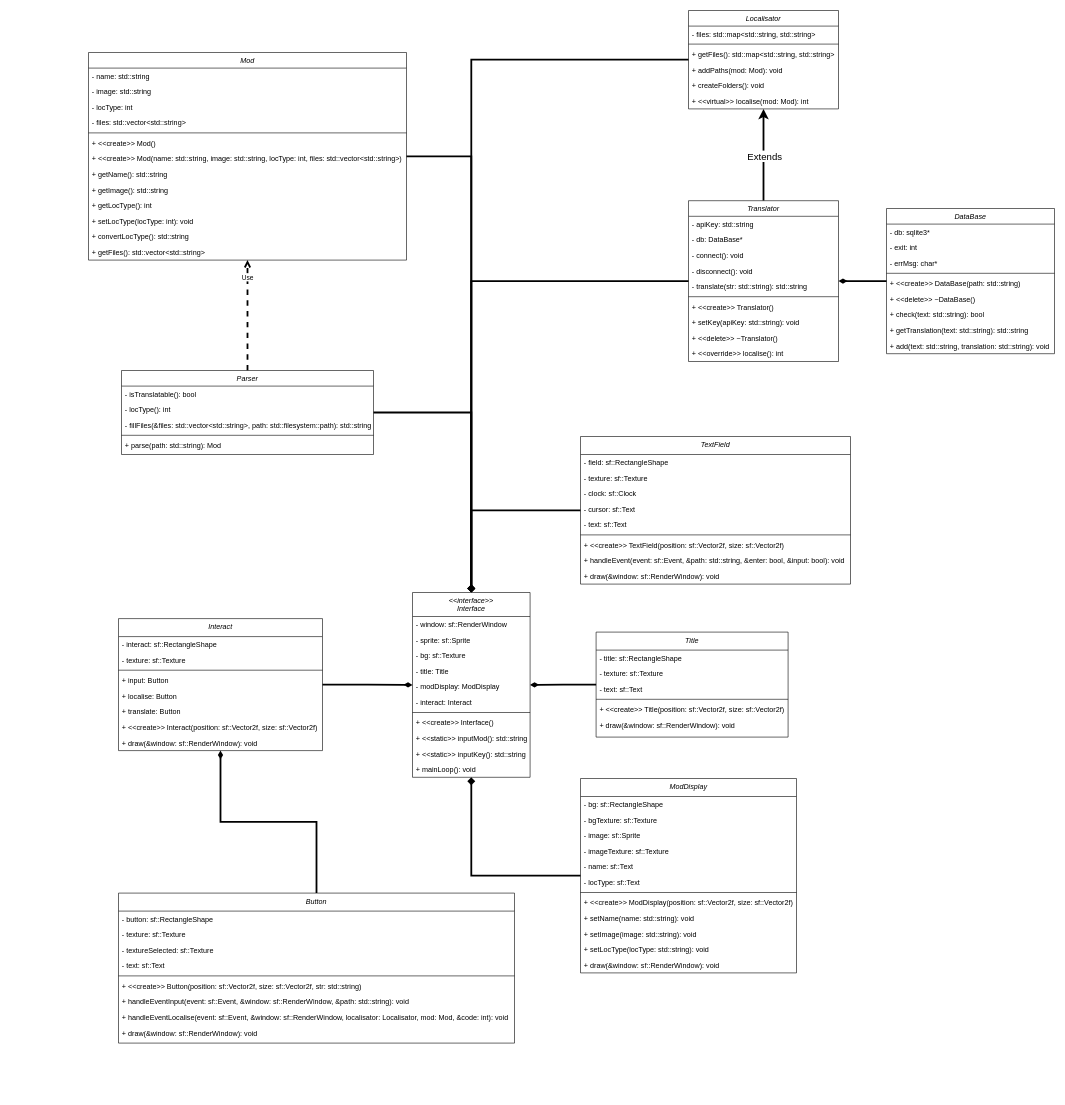
trpo2023/cw-ip-215_stellaris-mods-translator keeps this draw.io diagram as StellarisMT.drawio. Above is the earlier version. Source tidied: cells renumbered, new cells numbered last; positions are measured from the earlier drawing's top-left corner, leaving out a move shared by most shapes. Both pictures are drawn from the tidied source at 60%, with x=0, y=0 at pixel (88, 10).
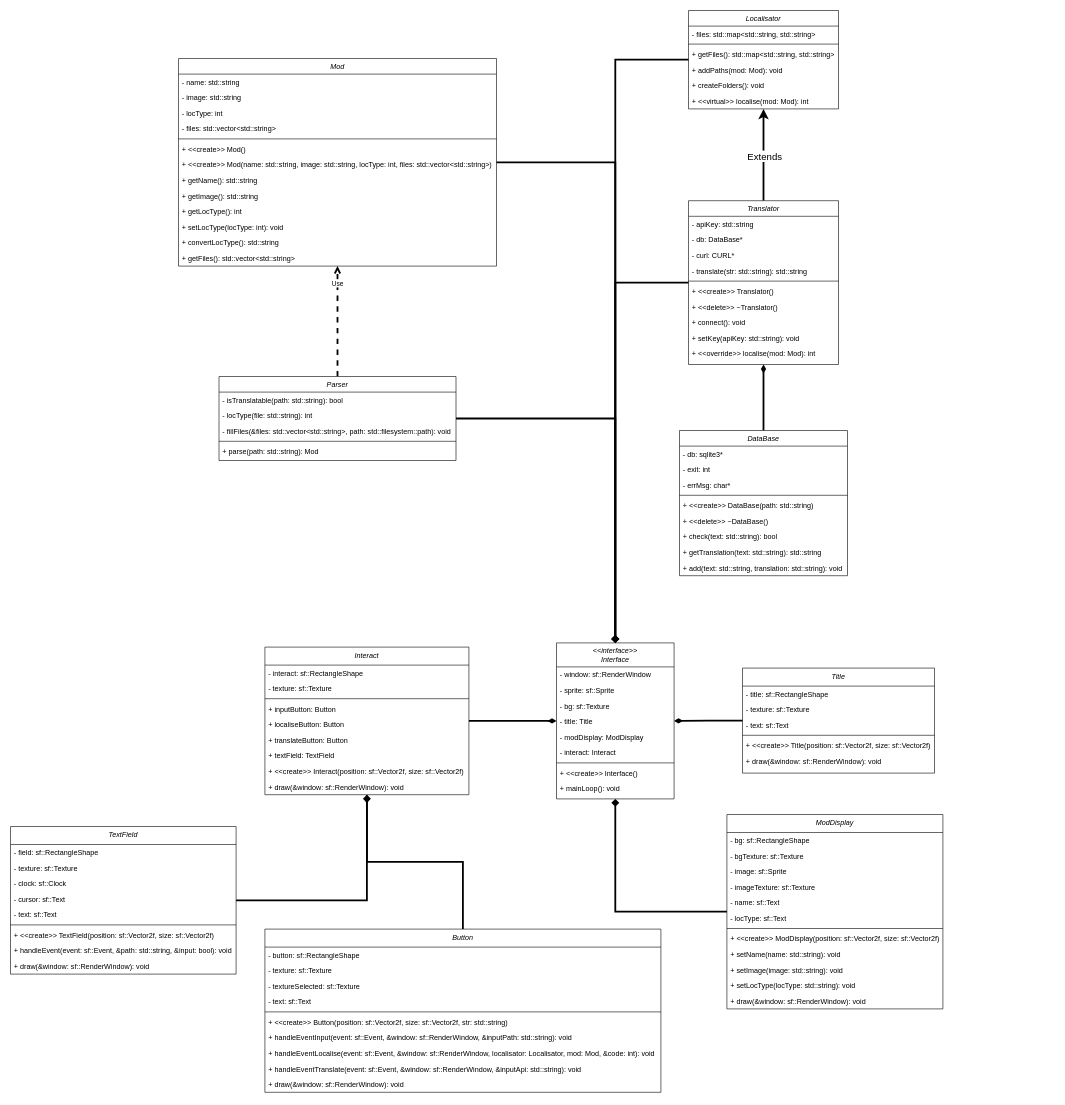
After the change.

What changed in the source:
```diff
@@
     <mxCell id="3" value="Mod" style="swimlane;fontStyle=2;align=center;verticalAlign=top;horizontal=1;startSize=26;rounded=0;shadow=0;strokeWidth=1;" parent="1" vertex="1">
-      <mxGeometry y="70" width="530" height="346" as="geometry" />
+      <mxGeometry x="150" y="80" width="530" height="346" as="geometry" />
     </mxCell>
@@
     <mxCell id="20" value="Parser" style="swimlane;fontStyle=2;align=center;verticalAlign=top;horizontal=1;startSize=26;rounded=0;shadow=0;strokeWidth=1;" parent="1" vertex="1">
-      <mxGeometry x="55" y="600" width="420" height="140" as="geometry" />
+      <mxGeometry x="217.5" y="610" width="395" height="140" as="geometry" />
     </mxCell>
-    <mxCell id="21" value="- isTranslatable(): bool" style="text;align=left;verticalAlign=top;spacingLeft=4;spacingRight=4;overflow=hidden;rounded=0;shadow=0;html=0;" parent="20" vertex="1">
-      <mxGeometry y="26" width="420" height="26" as="geometry" />
+    <mxCell id="21" value="- isTranslatable(path: std::string): bool" style="text;align=left;verticalAlign=top;spacingLeft=4;spacingRight=4;overflow=hidden;rounded=0;shadow=0;html=0;" parent="20" vertex="1">
+      <mxGeometry y="26" width="395" height="26" as="geometry" />
     </mxCell>
-    <mxCell id="22" value="- locType(): int" style="text;align=left;verticalAlign=top;spacingLeft=4;spacingRight=4;overflow=hidden;rounded=0;shadow=0;html=0;" parent="20" vertex="1">
-      <mxGeometry y="52" width="420" height="26" as="geometry" />
+    <mxCell id="22" value="- locType(file: std::string): int" style="text;align=left;verticalAlign=top;spacingLeft=4;spacingRight=4;overflow=hidden;rounded=0;shadow=0;html=0;" parent="20" vertex="1">
+      <mxGeometry y="52" width="395" height="26" as="geometry" />
     </mxCell>
-    <mxCell id="23" value="- fillFiles(&amp;files: std::vector&lt;std::string&gt;, path: std::filesystem::path): std::string" style="text;align=left;verticalAlign=top;spacingLeft=4;spacingRight=4;overflow=hidden;rounded=0;shadow=0;html=0;" parent="20" vertex="1">
-      <mxGeometry y="78" width="420" height="26" as="geometry" />
+    <mxCell id="23" value="- fillFiles(&amp;files: std::vector&lt;std::string&gt;, path: std::filesystem::path): void" style="text;align=left;verticalAlign=top;spacingLeft=4;spacingRight=4;overflow=hidden;rounded=0;shadow=0;html=0;" parent="20" vertex="1">
+      <mxGeometry y="78" width="395" height="26" as="geometry" />
     </mxCell>
     <mxCell id="24" style="line;html=1;strokeWidth=1;align=left;verticalAlign=middle;spacingTop=-1;spacingLeft=3;spacingRight=3;labelPosition=right;" parent="20" vertex="1">
-      <mxGeometry y="104" width="420" height="8" as="geometry" />
+      <mxGeometry y="104" width="395" height="8" as="geometry" />
     </mxCell>
     <mxCell id="25" value="+ parse(path: std::string): Mod" style="text;align=left;verticalAlign=top;spacingLeft=4;spacingRight=4;overflow=hidden;" parent="20" vertex="1">
-      <mxGeometry y="112" width="420" height="26" as="geometry" />
+      <mxGeometry y="112" width="395" height="26" as="geometry" />
     </mxCell>
@@
     <mxCell id="37" value="Translator" style="swimlane;fontStyle=2;align=center;verticalAlign=top;horizontal=1;startSize=26;rounded=0;shadow=0;strokeWidth=1;" parent="1" vertex="1">
-      <mxGeometry x="1000" y="317" width="250" height="268" as="geometry" />
+      <mxGeometry x="1000" y="317" width="250" height="273" as="geometry" />
     </mxCell>
@@
-    <mxCell id="40" value="- connect(): void" style="text;align=left;verticalAlign=top;spacingLeft=4;spacingRight=4;overflow=hidden;rounded=0;shadow=0;html=0;" parent="37" vertex="1">
-      <mxGeometry y="78" width="250" height="26" as="geometry" />
-    </mxCell>
-    <mxCell id="41" value="- disconnect(): void" style="text;align=left;verticalAlign=top;spacingLeft=4;spacingRight=4;overflow=hidden;rounded=0;shadow=0;html=0;" parent="37" vertex="1">
-      <mxGeometry y="104" width="250" height="26" as="geometry" />
-    </mxCell>
+    <mxCell id="127" value="- curl: CURL*" style="text;align=left;verticalAlign=top;spacingLeft=4;spacingRight=4;overflow=hidden;rounded=0;shadow=0;html=0;" parent="37" vertex="1">
+      <mxGeometry y="78" width="250" height="26" as="geometry" />
+    </mxCell>
     <mxCell id="42" value="- translate(str: std::string): std::string" style="text;align=left;verticalAlign=top;spacingLeft=4;spacingRight=4;overflow=hidden;rounded=0;shadow=0;html=0;" parent="37" vertex="1">
-      <mxGeometry y="130" width="250" height="26" as="geometry" />
+      <mxGeometry y="104" width="250" height="26" as="geometry" />
     </mxCell>
     <mxCell id="43" style="line;html=1;strokeWidth=1;align=left;verticalAlign=middle;spacingTop=-1;spacingLeft=3;spacingRight=3;labelPosition=right;" parent="37" vertex="1">
-      <mxGeometry y="156" width="250" height="8" as="geometry" />
+      <mxGeometry y="130" width="250" height="8" as="geometry" />
     </mxCell>
     <mxCell id="44" value="+ &lt;&lt;create&gt;&gt; Translator()" style="text;align=left;verticalAlign=top;spacingLeft=4;spacingRight=4;overflow=hidden;" parent="37" vertex="1">
-      <mxGeometry y="164" width="250" height="26" as="geometry" />
+      <mxGeometry y="138" width="250" height="26" as="geometry" />
     </mxCell>
+    <mxCell id="46" value="+ &lt;&lt;delete&gt;&gt; ~Translator()" style="text;align=left;verticalAlign=top;spacingLeft=4;spacingRight=4;overflow=hidden;" parent="37" vertex="1">
+      <mxGeometry y="164" width="250" height="26" as="geometry" />
+    </mxCell>
+    <mxCell id="40" value="+ connect(): void" style="text;align=left;verticalAlign=top;spacingLeft=4;spacingRight=4;overflow=hidden;rounded=0;shadow=0;html=0;" parent="37" vertex="1">
+      <mxGeometry y="190" width="250" height="26" as="geometry" />
+    </mxCell>
     <mxCell id="45" value="+ setKey(apiKey: std::string): void" style="text;align=left;verticalAlign=top;spacingLeft=4;spacingRight=4;overflow=hidden;" parent="37" vertex="1">
-      <mxGeometry y="190" width="250" height="26" as="geometry" />
+      <mxGeometry y="216" width="250" height="26" as="geometry" />
     </mxCell>
-    <mxCell id="46" value="+ &lt;&lt;delete&gt;&gt; ~Translator()" style="text;align=left;verticalAlign=top;spacingLeft=4;spacingRight=4;overflow=hidden;" parent="37" vertex="1">
-      <mxGeometry y="216" width="250" height="26" as="geometry" />
-    </mxCell>
-    <mxCell id="47" value="+ &lt;&lt;override&gt;&gt; localise(): int" style="text;align=left;verticalAlign=top;spacingLeft=4;spacingRight=4;overflow=hidden;" parent="37" vertex="1">
+    <mxCell id="47" value="+ &lt;&lt;override&gt;&gt; localise(mod: Mod): int" style="text;align=left;verticalAlign=top;spacingLeft=4;spacingRight=4;overflow=hidden;" parent="37" vertex="1">
       <mxGeometry y="242" width="250" height="26" as="geometry" />
     </mxCell>
@@
     <mxCell id="50" value="DataBase" style="swimlane;fontStyle=2;align=center;verticalAlign=top;horizontal=1;startSize=26;rounded=0;shadow=0;strokeWidth=1;" parent="1" vertex="1">
-      <mxGeometry x="1330" y="330" width="280" height="242" as="geometry" />
+      <mxGeometry x="985" y="700" width="280" height="242" as="geometry" />
     </mxCell>
@@
     <mxCell id="61" value="&lt;&lt;interface&gt;&gt;&#10;Interface" style="swimlane;fontStyle=2;align=center;verticalAlign=top;horizontal=1;startSize=40;rounded=0;shadow=0;strokeWidth=1;" parent="1" vertex="1">
-      <mxGeometry x="540" y="970" width="196" height="308" as="geometry" />
+      <mxGeometry x="780" y="1054" width="196" height="260" as="geometry" />
     </mxCell>
@@
-    <mxCell id="70" value="+ &lt;&lt;static&gt;&gt; inputMod(): std::string" style="text;align=left;verticalAlign=top;spacingLeft=4;spacingRight=4;overflow=hidden;" parent="61" vertex="1">
-      <mxGeometry y="230" width="196" height="26" as="geometry" />
-    </mxCell>
-    <mxCell id="71" value="+ &lt;&lt;static&gt;&gt; inputKey(): std::string" style="text;align=left;verticalAlign=top;spacingLeft=4;spacingRight=4;overflow=hidden;" parent="61" vertex="1">
-      <mxGeometry y="256" width="196" height="26" as="geometry" />
-    </mxCell>
     <mxCell id="72" value="+ mainLoop(): void" style="text;align=left;verticalAlign=top;spacingLeft=4;spacingRight=4;overflow=hidden;" parent="61" vertex="1">
-      <mxGeometry y="282" width="196" height="26" as="geometry" />
+      <mxGeometry y="230" width="196" height="26" as="geometry" />
     </mxCell>
@@
     <mxCell id="74" value="Interact" style="swimlane;fontStyle=2;align=center;verticalAlign=top;horizontal=1;startSize=30;rounded=0;shadow=0;strokeWidth=1;" parent="1" vertex="1">
-      <mxGeometry x="50" y="1013.5" width="340" height="220" as="geometry" />
+      <mxGeometry x="294" y="1061" width="340" height="246" as="geometry" />
     </mxCell>
@@
-    <mxCell id="78" value="+ input: Button" style="text;align=left;verticalAlign=top;spacingLeft=4;spacingRight=4;overflow=hidden;" parent="74" vertex="1">
+    <mxCell id="78" value="+ inputButton: Button" style="text;align=left;verticalAlign=top;spacingLeft=4;spacingRight=4;overflow=hidden;" parent="74" vertex="1">
       <mxGeometry y="90" width="340" height="26" as="geometry" />
     </mxCell>
-    <mxCell id="79" value="+ localise: Button" style="text;align=left;verticalAlign=top;spacingLeft=4;spacingRight=4;overflow=hidden;" parent="74" vertex="1">
+    <mxCell id="79" value="+ localiseButton: Button" style="text;align=left;verticalAlign=top;spacingLeft=4;spacingRight=4;overflow=hidden;" parent="74" vertex="1">
       <mxGeometry y="116" width="340" height="26" as="geometry" />
     </mxCell>
-    <mxCell id="80" value="+ translate: Button" style="text;align=left;verticalAlign=top;spacingLeft=4;spacingRight=4;overflow=hidden;" parent="74" vertex="1">
+    <mxCell id="80" value="+ translateButton: Button" style="text;align=left;verticalAlign=top;spacingLeft=4;spacingRight=4;overflow=hidden;" parent="74" vertex="1">
       <mxGeometry y="142" width="340" height="26" as="geometry" />
     </mxCell>
+    <mxCell id="128" value="+ textField: TextField" style="text;align=left;verticalAlign=top;spacingLeft=4;spacingRight=4;overflow=hidden;" parent="74" vertex="1">
+      <mxGeometry y="168" width="340" height="26" as="geometry" />
+    </mxCell>
     <mxCell id="81" value="+ &lt;&lt;create&gt;&gt; Interact(position: sf::Vector2f, size: sf::Vector2f)" style="text;align=left;verticalAlign=top;spacingLeft=4;spacingRight=4;overflow=hidden;" parent="74" vertex="1">
-      <mxGeometry y="168" width="340" height="26" as="geometry" />
+      <mxGeometry y="194" width="340" height="26" as="geometry" />
     </mxCell>
     <mxCell id="82" value="+ draw(&amp;window: sf::RenderWindow): void" style="text;align=left;verticalAlign=top;spacingLeft=4;spacingRight=4;overflow=hidden;" parent="74" vertex="1">
-      <mxGeometry y="194" width="340" height="26" as="geometry" />
+      <mxGeometry y="220" width="340" height="26" as="geometry" />
     </mxCell>
@@
     <mxCell id="84" value="Button" style="swimlane;fontStyle=2;align=center;verticalAlign=top;horizontal=1;startSize=30;rounded=0;shadow=0;strokeWidth=1;" parent="1" vertex="1">
-      <mxGeometry x="50" y="1471" width="660" height="250" as="geometry" />
+      <mxGeometry x="294" y="1531" width="660" height="272" as="geometry" />
     </mxCell>
@@
-    <mxCell id="91" value="+ handleEventInput(event: sf::Event, &amp;window: sf::RenderWindow, &amp;path: std::string): void" style="text;align=left;verticalAlign=top;spacingLeft=4;spacingRight=4;overflow=hidden;" parent="84" vertex="1">
+    <mxCell id="91" value="+ handleEventInput(event: sf::Event, &amp;window: sf::RenderWindow, &amp;inputPath: std::string): void" style="text;align=left;verticalAlign=top;spacingLeft=4;spacingRight=4;overflow=hidden;" parent="84" vertex="1">
       <mxGeometry y="168" width="660" height="26" as="geometry" />
     </mxCell>
@@
+    <mxCell id="129" value="+ handleEventTranslate(event: sf::Event, &amp;window: sf::RenderWindow, &amp;inputApi: std::string): void" style="text;align=left;verticalAlign=top;spacingLeft=4;spacingRight=4;overflow=hidden;" parent="84" vertex="1">
+      <mxGeometry y="220" width="660" height="26" as="geometry" />
+    </mxCell>
     <mxCell id="93" value="+ draw(&amp;window: sf::RenderWindow): void" style="text;align=left;verticalAlign=top;spacingLeft=4;spacingRight=4;overflow=hidden;" parent="84" vertex="1">
-      <mxGeometry y="220" width="660" height="26" as="geometry" />
+      <mxGeometry y="246" width="660" height="26" as="geometry" />
     </mxCell>
@@
     <mxCell id="95" value="ModDisplay" style="swimlane;fontStyle=2;align=center;verticalAlign=top;horizontal=1;startSize=30;rounded=0;shadow=0;strokeWidth=1;" parent="1" vertex="1">
-      <mxGeometry x="820" y="1280" width="360" height="324" as="geometry" />
+      <mxGeometry x="1064" y="1340" width="360" height="324" as="geometry" />
     </mxCell>
@@
     <mxCell id="109" value="Title" style="swimlane;fontStyle=2;align=center;verticalAlign=top;horizontal=1;startSize=30;rounded=0;shadow=0;strokeWidth=1;" parent="1" vertex="1">
-      <mxGeometry x="846" y="1036" width="320" height="175" as="geometry" />
+      <mxGeometry x="1090" y="1096" width="320" height="175" as="geometry" />
     </mxCell>
@@
-    <mxCell id="116" style="edgeStyle=orthogonalEdgeStyle;rounded=0;jettySize=auto;html=1;strokeWidth=3;endArrow=diamondThin;endFill=1;" parent="1" edge="1" source="117" target="61">
-      <mxGeometry relative="1" as="geometry" />
-    </mxCell>
+    <mxCell id="130" style="edgeStyle=orthogonalEdgeStyle;rounded=0;jettySize=auto;html=1;endArrow=diamond;endFill=1;strokeWidth=3;" parent="1" edge="1" source="117" target="74">
+      <mxGeometry relative="1" as="geometry" />
+    </mxCell>
     <mxCell id="117" value="TextField" style="swimlane;fontStyle=2;align=center;verticalAlign=top;horizontal=1;startSize=30;rounded=0;shadow=0;strokeWidth=1;" parent="1" vertex="1">
-      <mxGeometry x="820" y="710" width="450" height="246" as="geometry" />
+      <mxGeometry x="-130" y="1360" width="376" height="246" as="geometry" />
     </mxCell>
     <mxCell id="118" value="- field: sf::RectangleShape" style="text;align=left;verticalAlign=top;spacingLeft=4;spacingRight=4;overflow=hidden;rounded=0;shadow=0;html=0;" parent="117" vertex="1">
-      <mxGeometry y="30" width="450" height="26" as="geometry" />
+      <mxGeometry y="30" width="376" height="26" as="geometry" />
     </mxCell>
     <mxCell id="119" value="- texture: sf::Texture" style="text;align=left;verticalAlign=top;spacingLeft=4;spacingRight=4;overflow=hidden;rounded=0;shadow=0;html=0;" parent="117" vertex="1">
-      <mxGeometry y="56" width="450" height="26" as="geometry" />
+      <mxGeometry y="56" width="376" height="26" as="geometry" />
     </mxCell>
     <mxCell id="120" value="- clock: sf::Clock" style="text;align=left;verticalAlign=top;spacingLeft=4;spacingRight=4;overflow=hidden;rounded=0;shadow=0;html=0;" parent="117" vertex="1">
-      <mxGeometry y="82" width="450" height="26" as="geometry" />
+      <mxGeometry y="82" width="376" height="26" as="geometry" />
     </mxCell>
     <mxCell id="121" value="- cursor: sf::Text" style="text;align=left;verticalAlign=top;spacingLeft=4;spacingRight=4;overflow=hidden;rounded=0;shadow=0;html=0;" parent="117" vertex="1">
-      <mxGeometry y="108" width="450" height="26" as="geometry" />
+      <mxGeometry y="108" width="376" height="26" as="geometry" />
     </mxCell>
     <mxCell id="122" value="- text: sf::Text" style="text;align=left;verticalAlign=top;spacingLeft=4;spacingRight=4;overflow=hidden;rounded=0;shadow=0;html=0;" parent="117" vertex="1">
-      <mxGeometry y="134" width="450" height="26" as="geometry" />
+      <mxGeometry y="134" width="376" height="26" as="geometry" />
     </mxCell>
     <mxCell id="123" style="line;html=1;strokeWidth=1;align=left;verticalAlign=middle;spacingTop=-1;spacingLeft=3;spacingRight=3;labelPosition=right;" parent="117" vertex="1">
-      <mxGeometry y="160" width="450" height="8" as="geometry" />
+      <mxGeometry y="160" width="376" height="8" as="geometry" />
     </mxCell>
     <mxCell id="124" value="+ &lt;&lt;create&gt;&gt; TextField(position: sf::Vector2f, size: sf::Vector2f)" style="text;align=left;verticalAlign=top;spacingLeft=4;spacingRight=4;overflow=hidden;" parent="117" vertex="1">
-      <mxGeometry y="168" width="450" height="26" as="geometry" />
+      <mxGeometry y="168" width="376" height="26" as="geometry" />
     </mxCell>
-    <mxCell id="125" value="+ handleEvent(event: sf::Event, &amp;path: std::string, &amp;enter: bool, &amp;input: bool): void" style="text;align=left;verticalAlign=top;spacingLeft=4;spacingRight=4;overflow=hidden;" parent="117" vertex="1">
-      <mxGeometry y="194" width="450" height="26" as="geometry" />
+    <mxCell id="125" value="+ handleEvent(event: sf::Event, &amp;path: std::string, &amp;input: bool): void" style="text;align=left;verticalAlign=top;spacingLeft=4;spacingRight=4;overflow=hidden;" parent="117" vertex="1">
+      <mxGeometry y="194" width="376" height="26" as="geometry" />
     </mxCell>
     <mxCell id="126" value="+ draw(&amp;window: sf::RenderWindow): void" style="text;align=left;verticalAlign=top;spacingLeft=4;spacingRight=4;overflow=hidden;" parent="117" vertex="1">
-      <mxGeometry y="220" width="450" height="26" as="geometry" />
+      <mxGeometry y="220" width="376" height="26" as="geometry" />
     </mxCell>
```
